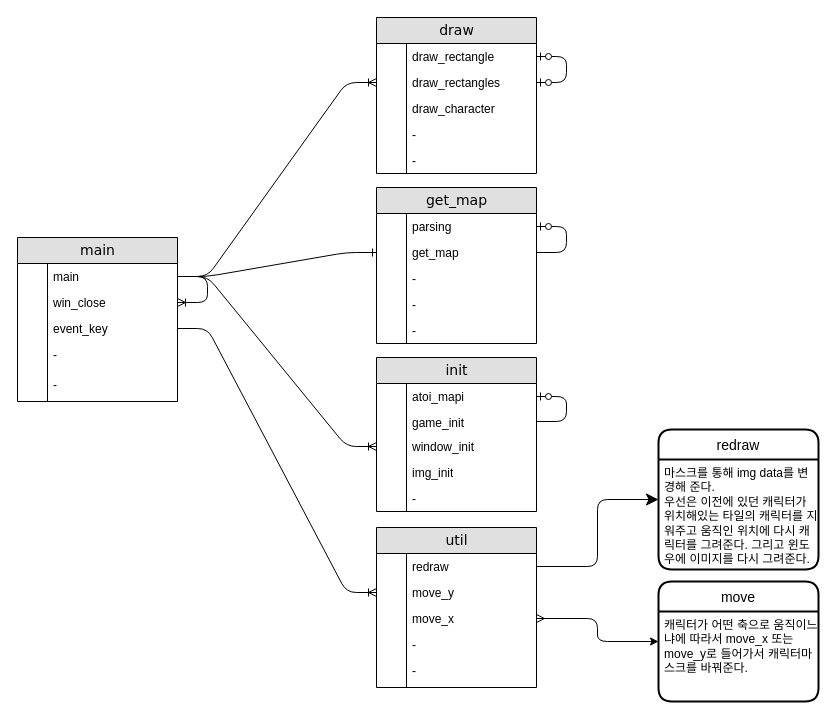
This is drawio/cub3d.drawio from meong99/42_seoul, a draw.io file, before an edit. Source tidied: cells renumbered, new cells numbered last; positions are measured from the earlier drawing's top-left corner, leaving out a move shared by most shapes. Both pictures are drawn from the tidied source at 100%, with x=0, y=0 at pixel (17, 17).
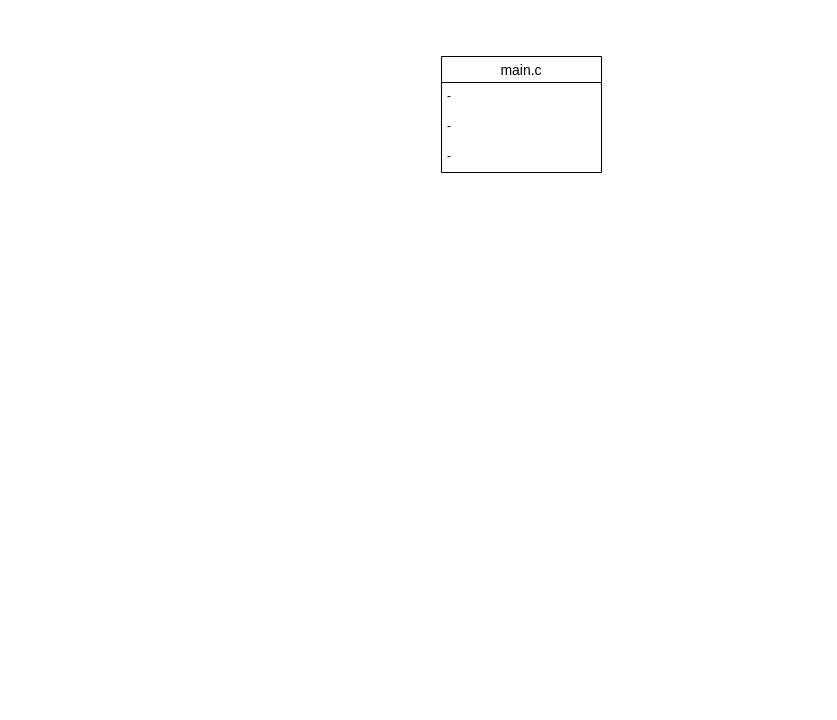
The same diagram, later.

The edit, as a diff of the source:
```diff
@@
-    <mxCell id="2" value="draw" style="swimlane;html=1;fontStyle=0;horizontal=1;startSize=26;fillColor=#e0e0e0;swimlaneFillColor=#ffffff;align=center;rounded=0;shadow=0;comic=0;labelBackgroundColor=none;strokeWidth=1;fontFamily=Verdana;fontSize=14;" parent="1" vertex="1">
-      <mxGeometry x="359" width="160" height="156" as="geometry" />
-    </mxCell>
-    <mxCell id="3" value="draw_rectangle" style="shape=partialRectangle;top=0;left=0;right=0;bottom=0;html=1;align=left;verticalAlign=top;fillColor=none;spacingLeft=34;spacingRight=4;whiteSpace=wrap;overflow=hidden;points=[[0,0.5],[1,0.5]];portConstraint=eastwest;" parent="2" vertex="1">
-      <mxGeometry y="26" width="160" height="26" as="geometry" />
-    </mxCell>
-    <mxCell id="4" style="shape=partialRectangle;top=0;left=0;bottom=0;html=1;fillColor=none;align=left;verticalAlign=top;spacingLeft=4;spacingRight=4;whiteSpace=wrap;overflow=hidden;" parent="3" vertex="1">
-      <mxGeometry width="30" height="26" as="geometry" />
-    </mxCell>
-    <mxCell id="5" value="draw_rectangles" style="shape=partialRectangle;top=0;left=0;right=0;bottom=0;html=1;align=left;verticalAlign=top;fillColor=none;spacingLeft=34;spacingRight=4;whiteSpace=wrap;overflow=hidden;points=[[0,0.5],[1,0.5]];portConstraint=eastwest;" parent="2" vertex="1">
-      <mxGeometry y="52" width="160" height="26" as="geometry" />
-    </mxCell>
-    <mxCell id="6" style="shape=partialRectangle;top=0;left=0;bottom=0;html=1;fillColor=none;align=left;verticalAlign=top;spacingLeft=4;spacingRight=4;whiteSpace=wrap;overflow=hidden;" parent="5" vertex="1">
-      <mxGeometry width="30" height="26" as="geometry" />
-    </mxCell>
-    <mxCell id="7" value="draw_character" style="shape=partialRectangle;top=0;left=0;right=0;bottom=0;html=1;align=left;verticalAlign=top;fillColor=none;spacingLeft=34;spacingRight=4;whiteSpace=wrap;overflow=hidden;" parent="2" vertex="1">
-      <mxGeometry y="78" width="160" height="26" as="geometry" />
-    </mxCell>
-    <mxCell id="8" style="shape=partialRectangle;top=0;left=0;bottom=0;html=1;fillColor=none;align=left;verticalAlign=top;spacingLeft=4;spacingRight=4;whiteSpace=wrap;overflow=hidden;" parent="7" vertex="1">
-      <mxGeometry width="30" height="26" as="geometry" />
-    </mxCell>
-    <mxCell id="9" style="edgeStyle=entityRelationEdgeStyle;fontSize=12;html=1;endArrow=ERzeroToOne;endFill=1;jumpStyle=sharp;startArrow=ERzeroToOne;startFill=1;" parent="2" edge="1" source="5" target="3">
-      <mxGeometry relative="1" as="geometry" />
-    </mxCell>
-    <mxCell id="10" value="-" style="shape=partialRectangle;top=0;left=0;right=0;bottom=0;html=1;align=left;verticalAlign=top;fillColor=none;spacingLeft=34;spacingRight=4;whiteSpace=wrap;overflow=hidden;" parent="2" vertex="1">
-      <mxGeometry y="104" width="160" height="26" as="geometry" />
-    </mxCell>
-    <mxCell id="11" style="shape=partialRectangle;top=0;left=0;bottom=0;html=1;fillColor=none;align=left;verticalAlign=top;spacingLeft=4;spacingRight=4;whiteSpace=wrap;overflow=hidden;" parent="10" vertex="1">
-      <mxGeometry width="30" height="26" as="geometry" />
-    </mxCell>
-    <mxCell id="12" value="-" style="shape=partialRectangle;top=0;left=0;right=0;bottom=0;html=1;align=left;verticalAlign=top;fillColor=none;spacingLeft=34;spacingRight=4;whiteSpace=wrap;overflow=hidden;" parent="2" vertex="1">
-      <mxGeometry y="130" width="160" height="26" as="geometry" />
-    </mxCell>
-    <mxCell id="13" style="shape=partialRectangle;top=0;left=0;bottom=0;html=1;fillColor=none;align=left;verticalAlign=top;spacingLeft=4;spacingRight=4;whiteSpace=wrap;overflow=hidden;" parent="12" vertex="1">
-      <mxGeometry width="30" height="26" as="geometry" />
-    </mxCell>
-    <mxCell id="14" value="get_map" style="swimlane;html=1;fontStyle=0;horizontal=1;startSize=26;fillColor=#e0e0e0;swimlaneFillColor=#ffffff;align=center;rounded=0;shadow=0;comic=0;labelBackgroundColor=none;strokeWidth=1;fontFamily=Verdana;fontSize=14;" parent="1" vertex="1">
-      <mxGeometry x="359" y="170" width="160" height="156" as="geometry" />
-    </mxCell>
-    <mxCell id="15" value="parsing" style="shape=partialRectangle;top=0;left=0;right=0;bottom=0;html=1;align=left;verticalAlign=top;fillColor=none;spacingLeft=34;spacingRight=4;whiteSpace=wrap;overflow=hidden;points=[[0,0.5],[1,0.5]];portConstraint=eastwest;" parent="14" vertex="1">
-      <mxGeometry y="26" width="160" height="26" as="geometry" />
-    </mxCell>
-    <mxCell id="16" style="shape=partialRectangle;top=0;left=0;bottom=0;html=1;fillColor=none;align=left;verticalAlign=top;spacingLeft=4;spacingRight=4;whiteSpace=wrap;overflow=hidden;" parent="15" vertex="1">
-      <mxGeometry width="30" height="26" as="geometry" />
-    </mxCell>
-    <mxCell id="17" value="get_map" style="shape=partialRectangle;top=0;left=0;right=0;bottom=0;html=1;align=left;verticalAlign=top;fillColor=none;spacingLeft=34;spacingRight=4;whiteSpace=wrap;overflow=hidden;points=[[0,0.5],[1,0.5]];portConstraint=eastwest;" parent="14" vertex="1">
-      <mxGeometry y="52" width="160" height="26" as="geometry" />
-    </mxCell>
-    <mxCell id="18" style="shape=partialRectangle;top=0;left=0;bottom=0;html=1;fillColor=none;align=left;verticalAlign=top;spacingLeft=4;spacingRight=4;whiteSpace=wrap;overflow=hidden;" parent="17" vertex="1">
-      <mxGeometry width="30" height="26" as="geometry" />
-    </mxCell>
-    <mxCell id="19" value="-" style="shape=partialRectangle;top=0;left=0;right=0;bottom=0;html=1;align=left;verticalAlign=top;fillColor=none;spacingLeft=34;spacingRight=4;whiteSpace=wrap;overflow=hidden;" parent="14" vertex="1">
-      <mxGeometry y="78" width="160" height="26" as="geometry" />
-    </mxCell>
-    <mxCell id="20" style="shape=partialRectangle;top=0;left=0;bottom=0;html=1;fillColor=none;align=left;verticalAlign=top;spacingLeft=4;spacingRight=4;whiteSpace=wrap;overflow=hidden;" parent="19" vertex="1">
-      <mxGeometry width="30" height="26" as="geometry" />
-    </mxCell>
-    <mxCell id="21" value="-" style="shape=partialRectangle;top=0;left=0;right=0;bottom=0;html=1;align=left;verticalAlign=top;fillColor=none;spacingLeft=34;spacingRight=4;whiteSpace=wrap;overflow=hidden;" parent="14" vertex="1">
-      <mxGeometry y="104" width="160" height="26" as="geometry" />
-    </mxCell>
-    <mxCell id="22" style="shape=partialRectangle;top=0;left=0;bottom=0;html=1;fillColor=none;align=left;verticalAlign=top;spacingLeft=4;spacingRight=4;whiteSpace=wrap;overflow=hidden;" parent="21" vertex="1">
-      <mxGeometry width="30" height="26" as="geometry" />
-    </mxCell>
-    <mxCell id="23" value="-" style="shape=partialRectangle;top=0;left=0;right=0;bottom=0;html=1;align=left;verticalAlign=top;fillColor=none;spacingLeft=34;spacingRight=4;whiteSpace=wrap;overflow=hidden;" parent="14" vertex="1">
-      <mxGeometry y="130" width="160" height="26" as="geometry" />
-    </mxCell>
-    <mxCell id="24" style="shape=partialRectangle;top=0;left=0;bottom=0;html=1;fillColor=none;align=left;verticalAlign=top;spacingLeft=4;spacingRight=4;whiteSpace=wrap;overflow=hidden;" parent="23" vertex="1">
-      <mxGeometry width="30" height="26" as="geometry" />
-    </mxCell>
-    <mxCell id="25" style="edgeStyle=entityRelationEdgeStyle;fontSize=12;html=1;endArrow=ERzeroToOne;endFill=1;entryX=1;entryY=0.5;entryDx=0;entryDy=0;exitX=1;exitY=0.5;exitDx=0;exitDy=0;" parent="14" edge="1" source="17" target="15">
-      <mxGeometry relative="1" as="geometry" />
-    </mxCell>
-    <mxCell id="26" value="init" style="swimlane;html=1;fontStyle=0;horizontal=1;startSize=26;fillColor=#e0e0e0;swimlaneFillColor=#ffffff;align=center;rounded=0;shadow=0;comic=0;labelBackgroundColor=none;strokeWidth=1;fontFamily=Verdana;fontSize=14;" parent="1" vertex="1">
-      <mxGeometry x="359" y="340" width="160" height="154" as="geometry" />
-    </mxCell>
-    <mxCell id="27" value="atoi_mapi" style="shape=partialRectangle;top=0;left=0;right=0;bottom=0;html=1;align=left;verticalAlign=top;fillColor=none;spacingLeft=34;spacingRight=4;whiteSpace=wrap;overflow=hidden;points=[[0,0.5],[1,0.5]];portConstraint=eastwest;" parent="26" vertex="1">
-      <mxGeometry y="26" width="160" height="26" as="geometry" />
-    </mxCell>
-    <mxCell id="28" style="shape=partialRectangle;top=0;left=0;bottom=0;html=1;fillColor=none;align=left;verticalAlign=top;spacingLeft=4;spacingRight=4;whiteSpace=wrap;overflow=hidden;" parent="27" vertex="1">
-      <mxGeometry width="30" height="26" as="geometry" />
-    </mxCell>
-    <mxCell id="29" value="game_init" style="shape=partialRectangle;top=0;left=0;right=0;bottom=0;html=1;align=left;verticalAlign=top;fillColor=none;spacingLeft=34;spacingRight=4;whiteSpace=wrap;overflow=hidden;points=[[0,0.5],[1,0.5]];portConstraint=eastwest;" parent="26" vertex="1">
-      <mxGeometry y="52" width="160" height="24" as="geometry" />
-    </mxCell>
-    <mxCell id="30" style="shape=partialRectangle;top=0;left=0;bottom=0;html=1;fillColor=none;align=left;verticalAlign=top;spacingLeft=4;spacingRight=4;whiteSpace=wrap;overflow=hidden;" parent="29" vertex="1">
-      <mxGeometry width="30" height="24" as="geometry" />
-    </mxCell>
-    <mxCell id="31" value="window_init" style="shape=partialRectangle;top=0;left=0;right=0;bottom=0;html=1;align=left;verticalAlign=top;fillColor=none;spacingLeft=34;spacingRight=4;whiteSpace=wrap;overflow=hidden;points=[[0,0.5],[1,0.5]];portConstraint=eastwest;" parent="26" vertex="1">
-      <mxGeometry y="76" width="160" height="26" as="geometry" />
-    </mxCell>
-    <mxCell id="32" style="shape=partialRectangle;top=0;left=0;bottom=0;html=1;fillColor=none;align=left;verticalAlign=top;spacingLeft=4;spacingRight=4;whiteSpace=wrap;overflow=hidden;" parent="31" vertex="1">
-      <mxGeometry width="30" height="26" as="geometry" />
-    </mxCell>
-    <mxCell id="33" value="img_init" style="shape=partialRectangle;top=0;left=0;right=0;bottom=0;html=1;align=left;verticalAlign=top;fillColor=none;spacingLeft=34;spacingRight=4;whiteSpace=wrap;overflow=hidden;" parent="26" vertex="1">
-      <mxGeometry y="102" width="160" height="26" as="geometry" />
-    </mxCell>
-    <mxCell id="34" style="shape=partialRectangle;top=0;left=0;bottom=0;html=1;fillColor=none;align=left;verticalAlign=top;spacingLeft=4;spacingRight=4;whiteSpace=wrap;overflow=hidden;" parent="33" vertex="1">
-      <mxGeometry width="30" height="26" as="geometry" />
-    </mxCell>
-    <mxCell id="35" value="-" style="shape=partialRectangle;top=0;left=0;right=0;bottom=0;html=1;align=left;verticalAlign=top;fillColor=none;spacingLeft=34;spacingRight=4;whiteSpace=wrap;overflow=hidden;" parent="26" vertex="1">
-      <mxGeometry y="128" width="160" height="26" as="geometry" />
-    </mxCell>
-    <mxCell id="36" style="shape=partialRectangle;top=0;left=0;bottom=0;html=1;fillColor=none;align=left;verticalAlign=top;spacingLeft=4;spacingRight=4;whiteSpace=wrap;overflow=hidden;" parent="35" vertex="1">
-      <mxGeometry width="30" height="26" as="geometry" />
-    </mxCell>
-    <mxCell id="37" style="edgeStyle=entityRelationEdgeStyle;fontSize=12;html=1;endArrow=ERzeroToOne;endFill=1;" parent="26" edge="1" source="29" target="27">
-      <mxGeometry relative="1" as="geometry" />
-    </mxCell>
-    <mxCell id="38" value="main" style="swimlane;html=1;fontStyle=0;horizontal=1;startSize=26;fillColor=#e0e0e0;swimlaneFillColor=#ffffff;align=center;rounded=0;shadow=0;comic=0;labelBackgroundColor=none;strokeWidth=1;fontFamily=Verdana;fontSize=14;" parent="1" vertex="1">
-      <mxGeometry y="220" width="160" height="164" as="geometry" />
-    </mxCell>
-    <mxCell id="39" value="main" style="shape=partialRectangle;top=0;left=0;right=0;bottom=0;html=1;align=left;verticalAlign=top;fillColor=none;spacingLeft=34;spacingRight=4;whiteSpace=wrap;overflow=hidden;points=[[0,0.5],[1,0.5]];portConstraint=eastwest;" parent="38" vertex="1">
-      <mxGeometry y="26" width="160" height="26" as="geometry" />
-    </mxCell>
-    <mxCell id="40" style="shape=partialRectangle;top=0;left=0;bottom=0;html=1;fillColor=none;align=left;verticalAlign=top;spacingLeft=4;spacingRight=4;whiteSpace=wrap;overflow=hidden;" parent="39" vertex="1">
-      <mxGeometry width="30" height="26" as="geometry" />
-    </mxCell>
-    <mxCell id="41" value="win_close" style="shape=partialRectangle;top=0;left=0;right=0;bottom=0;html=1;align=left;verticalAlign=top;fillColor=none;spacingLeft=34;spacingRight=4;whiteSpace=wrap;overflow=hidden;points=[[0,0.5],[1,0.5]];portConstraint=eastwest;" parent="38" vertex="1">
-      <mxGeometry y="52" width="160" height="26" as="geometry" />
-    </mxCell>
-    <mxCell id="42" style="shape=partialRectangle;top=0;left=0;bottom=0;html=1;fillColor=none;align=left;verticalAlign=top;spacingLeft=4;spacingRight=4;whiteSpace=wrap;overflow=hidden;" parent="41" vertex="1">
-      <mxGeometry width="30" height="26" as="geometry" />
-    </mxCell>
-    <mxCell id="43" value="event_key" style="shape=partialRectangle;top=0;left=0;right=0;bottom=0;html=1;align=left;verticalAlign=top;fillColor=none;spacingLeft=34;spacingRight=4;whiteSpace=wrap;overflow=hidden;points=[[0,0.5],[1,0.5]];portConstraint=eastwest;" parent="38" vertex="1">
-      <mxGeometry y="78" width="160" height="26" as="geometry" />
-    </mxCell>
-    <mxCell id="44" style="shape=partialRectangle;top=0;left=0;bottom=0;html=1;fillColor=none;align=left;verticalAlign=top;spacingLeft=4;spacingRight=4;whiteSpace=wrap;overflow=hidden;" parent="43" vertex="1">
-      <mxGeometry width="30" height="26" as="geometry" />
-    </mxCell>
-    <mxCell id="45" value="-" style="shape=partialRectangle;top=0;left=0;right=0;bottom=0;html=1;align=left;verticalAlign=top;fillColor=none;spacingLeft=34;spacingRight=4;whiteSpace=wrap;overflow=hidden;" parent="38" vertex="1">
-      <mxGeometry y="104" width="160" height="30" as="geometry" />
-    </mxCell>
-    <mxCell id="46" style="shape=partialRectangle;top=0;left=0;bottom=0;html=1;fillColor=none;align=left;verticalAlign=top;spacingLeft=4;spacingRight=4;whiteSpace=wrap;overflow=hidden;" parent="45" vertex="1">
-      <mxGeometry width="30" height="30" as="geometry" />
-    </mxCell>
-    <mxCell id="47" style="fontSize=12;html=1;endArrow=ERoneToMany;edgeStyle=entityRelationEdgeStyle;elbow=vertical;entryX=1;entryY=0.5;entryDx=0;entryDy=0;" parent="38" edge="1" source="39" target="41">
-      <mxGeometry relative="1" as="geometry" />
-    </mxCell>
-    <mxCell id="48" value="-" style="shape=partialRectangle;top=0;left=0;right=0;bottom=0;html=1;align=left;verticalAlign=top;fillColor=none;spacingLeft=34;spacingRight=4;whiteSpace=wrap;overflow=hidden;" parent="38" vertex="1">
-      <mxGeometry y="134" width="160" height="30" as="geometry" />
-    </mxCell>
-    <mxCell id="49" style="shape=partialRectangle;top=0;left=0;bottom=0;html=1;fillColor=none;align=left;verticalAlign=top;spacingLeft=4;spacingRight=4;whiteSpace=wrap;overflow=hidden;" parent="48" vertex="1">
-      <mxGeometry width="30" height="30" as="geometry" />
-    </mxCell>
-    <mxCell id="50" style="edgeStyle=entityRelationEdgeStyle;fontSize=12;html=1;endArrow=ERone;endFill=1;" parent="1" edge="1" source="39" target="17">
-      <mxGeometry relative="1" as="geometry" />
-    </mxCell>
-    <mxCell id="51" style="fontSize=12;html=1;endArrow=ERoneToMany;edgeStyle=entityRelationEdgeStyle;elbow=vertical;" parent="1" edge="1" source="39" target="31">
-      <mxGeometry relative="1" as="geometry" />
-    </mxCell>
-    <mxCell id="52" style="edgeStyle=entityRelationEdgeStyle;fontSize=12;html=1;endArrow=ERoneToMany;entryX=0;entryY=0.5;entryDx=0;entryDy=0;" parent="1" edge="1" source="39" target="5">
-      <mxGeometry relative="1" as="geometry" />
-    </mxCell>
-    <mxCell id="53" value="util" style="swimlane;html=1;fontStyle=0;horizontal=1;startSize=26;fillColor=#e0e0e0;swimlaneFillColor=#ffffff;align=center;rounded=0;shadow=0;comic=0;labelBackgroundColor=none;strokeWidth=1;fontFamily=Verdana;fontSize=14;" parent="1" vertex="1">
-      <mxGeometry x="359" y="510" width="160" height="160" as="geometry" />
-    </mxCell>
-    <mxCell id="54" value="redraw" style="shape=partialRectangle;top=0;left=0;right=0;bottom=0;html=1;align=left;verticalAlign=top;fillColor=none;spacingLeft=34;spacingRight=4;whiteSpace=wrap;overflow=hidden;points=[[0,0.5],[1,0.5]];portConstraint=eastwest;" parent="53" vertex="1">
-      <mxGeometry y="26" width="160" height="26" as="geometry" />
-    </mxCell>
-    <mxCell id="55" style="shape=partialRectangle;top=0;left=0;bottom=0;html=1;fillColor=none;align=left;verticalAlign=top;spacingLeft=4;spacingRight=4;whiteSpace=wrap;overflow=hidden;" parent="54" vertex="1">
-      <mxGeometry width="30" height="26" as="geometry" />
-    </mxCell>
-    <mxCell id="56" value="move_y" style="shape=partialRectangle;top=0;left=0;right=0;bottom=0;html=1;align=left;verticalAlign=top;fillColor=none;spacingLeft=34;spacingRight=4;whiteSpace=wrap;overflow=hidden;points=[[0,0.5],[1,0.5]];portConstraint=eastwest;" parent="53" vertex="1">
-      <mxGeometry y="52" width="160" height="26" as="geometry" />
-    </mxCell>
-    <mxCell id="57" style="shape=partialRectangle;top=0;left=0;bottom=0;html=1;fillColor=none;align=left;verticalAlign=top;spacingLeft=4;spacingRight=4;whiteSpace=wrap;overflow=hidden;" parent="56" vertex="1">
-      <mxGeometry width="30" height="26" as="geometry" />
-    </mxCell>
-    <mxCell id="58" value="move_x" style="shape=partialRectangle;top=0;left=0;right=0;bottom=0;html=1;align=left;verticalAlign=top;fillColor=none;spacingLeft=34;spacingRight=4;whiteSpace=wrap;overflow=hidden;points=[[0,0.5],[1,0.5]];portConstraint=eastwest;" parent="53" vertex="1">
-      <mxGeometry y="78" width="160" height="26" as="geometry" />
-    </mxCell>
-    <mxCell id="59" style="shape=partialRectangle;top=0;left=0;bottom=0;html=1;fillColor=none;align=left;verticalAlign=top;spacingLeft=4;spacingRight=4;whiteSpace=wrap;overflow=hidden;" parent="58" vertex="1">
-      <mxGeometry width="30" height="26" as="geometry" />
-    </mxCell>
-    <mxCell id="60" value="-" style="shape=partialRectangle;top=0;left=0;right=0;bottom=0;html=1;align=left;verticalAlign=top;fillColor=none;spacingLeft=34;spacingRight=4;whiteSpace=wrap;overflow=hidden;" parent="53" vertex="1">
-      <mxGeometry y="104" width="160" height="26" as="geometry" />
-    </mxCell>
-    <mxCell id="61" style="shape=partialRectangle;top=0;left=0;bottom=0;html=1;fillColor=none;align=left;verticalAlign=top;spacingLeft=4;spacingRight=4;whiteSpace=wrap;overflow=hidden;" parent="60" vertex="1">
-      <mxGeometry width="30" height="26" as="geometry" />
-    </mxCell>
-    <mxCell id="62" value="-" style="shape=partialRectangle;top=0;left=0;right=0;bottom=0;html=1;align=left;verticalAlign=top;fillColor=none;spacingLeft=34;spacingRight=4;whiteSpace=wrap;overflow=hidden;" parent="53" vertex="1">
-      <mxGeometry y="130" width="160" height="30" as="geometry" />
-    </mxCell>
-    <mxCell id="63" style="shape=partialRectangle;top=0;left=0;bottom=0;html=1;fillColor=none;align=left;verticalAlign=top;spacingLeft=4;spacingRight=4;whiteSpace=wrap;overflow=hidden;" parent="62" vertex="1">
-      <mxGeometry width="30" height="30" as="geometry" />
-    </mxCell>
-    <mxCell id="64" value="redraw" style="swimlane;horizontal=1;startSize=30;rounded=1;fontSize=14;fontStyle=0;strokeWidth=2;shadow=0;dashed=0;align=center;fillColor=#FFFFFF;" parent="1" vertex="1">
-      <mxGeometry x="641" y="412" width="160" height="140" as="geometry" />
-    </mxCell>
-    <mxCell id="65" value="마스크를 통해 img data를 변경해 준다.&#10;우선은 이전에 있던 캐릭터가 위치해있는 타일의 캐릭터를 지워주고 움직인 위치에 다시 캐릭터를 그려준다. 그리고 윈도우에 이미지를 다시 그려준다." style="align=left;strokeColor=none;fillColor=none;spacingLeft=4;fontSize=12;verticalAlign=top;whiteSpace=wrap;" parent="64" vertex="1">
-      <mxGeometry y="30" width="160" height="110" as="geometry" />
-    </mxCell>
-    <mxCell id="66" style="edgeStyle=orthogonalEdgeStyle;rounded=1;jumpStyle=arc;jumpSize=20;jettySize=auto;html=1;exitX=1;exitY=0.5;exitDx=0;exitDy=0;entryX=0;entryY=0.5;entryDx=0;entryDy=0;startSize=7;endSize=10;targetPerimeterSpacing=5;strokeWidth=1;" parent="1" edge="1" source="54" target="64">
-      <mxGeometry relative="1" as="geometry" />
-    </mxCell>
-    <mxCell id="67" style="edgeStyle=entityRelationEdgeStyle;fontSize=12;html=1;endArrow=ERoneToMany;strokeWidth=1;entryX=0;entryY=0.5;entryDx=0;entryDy=0;" parent="1" edge="1" source="43" target="56">
-      <mxGeometry relative="1" as="geometry" />
-    </mxCell>
-    <mxCell id="68" value="move" style="swimlane;horizontal=1;startSize=30;rounded=1;fontSize=14;fontStyle=0;strokeWidth=2;shadow=0;dashed=0;align=center;fillColor=#FFFFFF;" parent="1" vertex="1">
-      <mxGeometry x="641" y="564" width="160" height="120" as="geometry" />
-    </mxCell>
-    <mxCell id="69" value="캐릭터가 어떤 축으로 움직이느냐에 따라서 move_x 또는 move_y로 들어가서 캐릭터마스크를 바꿔준다." style="align=left;strokeColor=none;fillColor=none;spacingLeft=4;fontSize=12;verticalAlign=top;whiteSpace=wrap;" parent="68" vertex="1">
-      <mxGeometry y="30" width="160" height="90" as="geometry" />
-    </mxCell>
-    <mxCell id="70" style="endArrow=classic;html=1;strokeWidth=1;entryX=0;entryY=0.5;entryDx=0;entryDy=0;edgeStyle=orthogonalEdgeStyle;startArrow=ERmany;startFill=0;" parent="1" edge="1" source="58" target="68">
-      <mxGeometry relative="1" as="geometry" />
-    </mxCell>
+    <mxCell id="71" value="main.c" style="swimlane;fontStyle=0;horizontal=1;startSize=26;align=center;fontSize=14;fillColor=#FFFFFF;" parent="1" vertex="1">
+      <mxGeometry x="424" y="39" width="160" height="116" as="geometry" />
+    </mxCell>
+    <mxCell id="72" value="-" style="text;strokeColor=none;fillColor=none;spacingLeft=4;spacingRight=4;overflow=hidden;fontSize=12;" parent="71" vertex="1">
+      <mxGeometry y="26" width="160" height="30" as="geometry" />
+    </mxCell>
+    <mxCell id="73" value="-" style="text;strokeColor=none;fillColor=none;spacingLeft=4;spacingRight=4;overflow=hidden;fontSize=12;" parent="71" vertex="1">
+      <mxGeometry y="56" width="160" height="30" as="geometry" />
+    </mxCell>
+    <mxCell id="74" value="-" style="text;strokeColor=none;fillColor=none;spacingLeft=4;spacingRight=4;overflow=hidden;fontSize=12;" parent="71" vertex="1">
+      <mxGeometry y="86" width="160" height="30" as="geometry" />
+    </mxCell>
```
